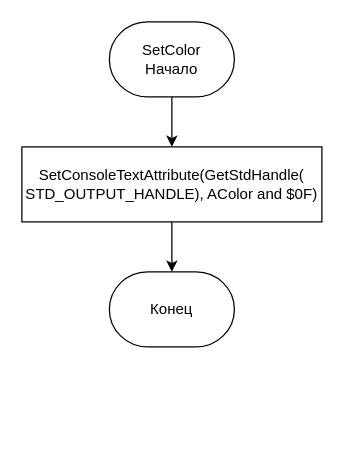
Before: documents/schemes/SetColor.drawio in Radium000/OPI2, a draw.io diagram. Source tidied: cells renumbered, new cells numbered last; positions are measured from the earlier drawing's top-left corner, leaving out a move shared by most shapes. Both pictures are drawn from the tidied source at 125%, with x=0, y=0 at pixel (21, 21).
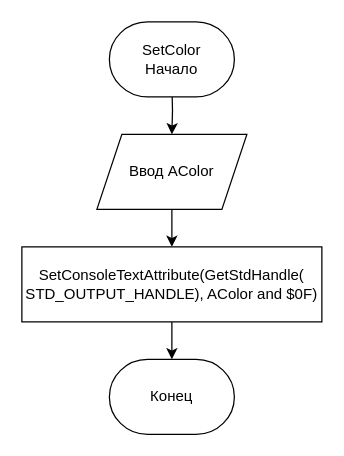
Above is the later version.

Commit message (it also covers changes not shown here):
исправил некоторые ошибки в блок схемах

Change to the diagram source:
```diff
@@
 <mxGraphModel>
   <root>
     <mxCell id="0" />
     <mxCell id="1" parent="0" />
-    <mxCell id="2" style="edgeStyle=orthogonalEdgeStyle;rounded=0;jettySize=auto;html=1;" parent="1" edge="1" source="3" target="5">
-      <mxGeometry relative="1" as="geometry" />
-    </mxCell>
+    <mxCell id="7" style="edgeStyle=orthogonalEdgeStyle;rounded=0;jettySize=auto;html=1;" parent="1" edge="1" target="9">
+      <mxGeometry relative="1" as="geometry">
+        <mxPoint x="120" y="50" as="sourcePoint" />
+      </mxGeometry>
+    </mxCell>
     <mxCell id="3" value="SetColor&lt;br&gt;Начало" style="strokeWidth=1;html=1;shape=mxgraph.flowchart.terminator;whiteSpace=wrap;" parent="1" vertex="1">
       <mxGeometry x="70" width="100" height="60" as="geometry" />
     </mxCell>
     <mxCell id="4" style="edgeStyle=orthogonalEdgeStyle;rounded=0;jettySize=auto;html=1;" parent="1" edge="1" source="5" target="6">
       <mxGeometry relative="1" as="geometry" />
     </mxCell>
     <mxCell id="5" value="SetConsoleTextAttribute(GetStdHandle(&lt;br&gt;STD_OUTPUT_HANDLE), AColor and $0F)" style="whiteSpace=wrap;html=1;strokeWidth=1;" parent="1" vertex="1">
-      <mxGeometry y="100" width="240" height="60" as="geometry" />
+      <mxGeometry y="180" width="240" height="60" as="geometry" />
     </mxCell>
     <mxCell id="6" value="Конец" style="strokeWidth=1;html=1;shape=mxgraph.flowchart.terminator;whiteSpace=wrap;" parent="1" vertex="1">
-      <mxGeometry x="70" y="200" width="100" height="60" as="geometry" />
+      <mxGeometry x="70" y="270" width="100" height="60" as="geometry" />
     </mxCell>
+    <mxCell id="8" style="edgeStyle=orthogonalEdgeStyle;rounded=0;jettySize=auto;html=1;" parent="1" edge="1" source="9" target="5">
+      <mxGeometry relative="1" as="geometry" />
+    </mxCell>
+    <mxCell id="9" value="Ввод&amp;nbsp;AColor" style="shape=parallelogram;perimeter=parallelogramPerimeter;whiteSpace=wrap;html=1;fixedSize=1;" parent="1" vertex="1">
+      <mxGeometry x="60" y="90" width="120" height="60" as="geometry" />
+    </mxCell>
   </root>
 </mxGraphModel>
```
